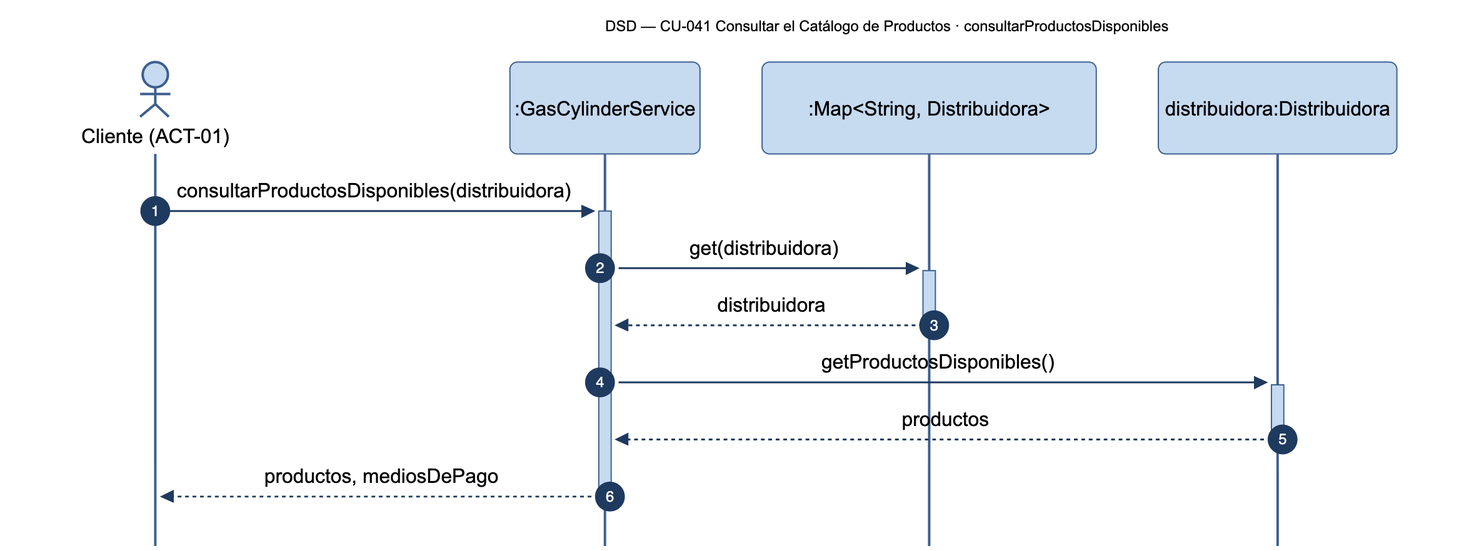
Nahuelito-Dev/splg-docs keeps this Mermaid diagram as diagramas/png/DSD_CU-041_consultarProductosDisponibles.png. Above is the earlier version. Its source is kept beside it as diagramas/DSD_CU-041_consultarProductosDisponibles.mmd.
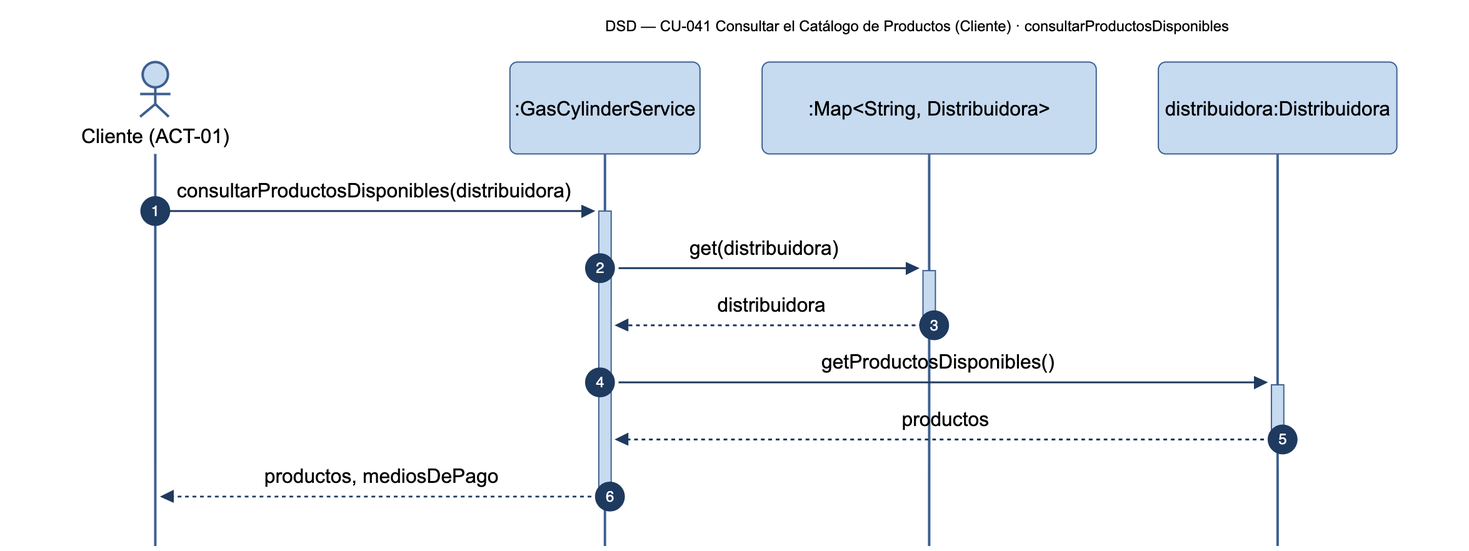
After the change.

The edit, as a diff of the source:
```diff
@@ -1,5 +1,5 @@
 sequenceDiagram
-    title DSD — CU-041 Consultar el Catálogo de Productos · consultarProductosDisponibles
+    title DSD — CU-041 Consultar el Catálogo de Productos (Cliente) · consultarProductosDisponibles
     autonumber
     actor CLI as Cliente (ACT-01)
     participant SRV as :GasCylinderService
```
